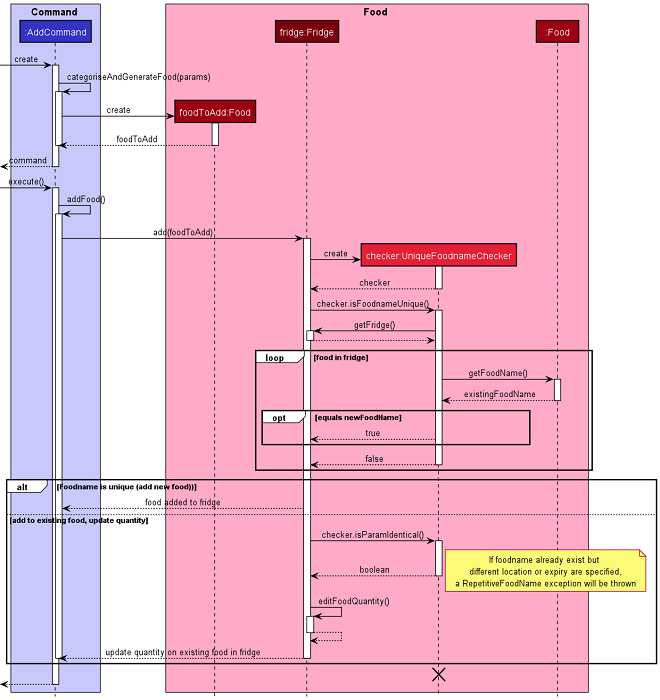
Before: docs/diagrams/diagram_images/AddSequenceDiagram.png, a diagram exported from PlantUML (nus-cs2113-AY2021S2/tp).
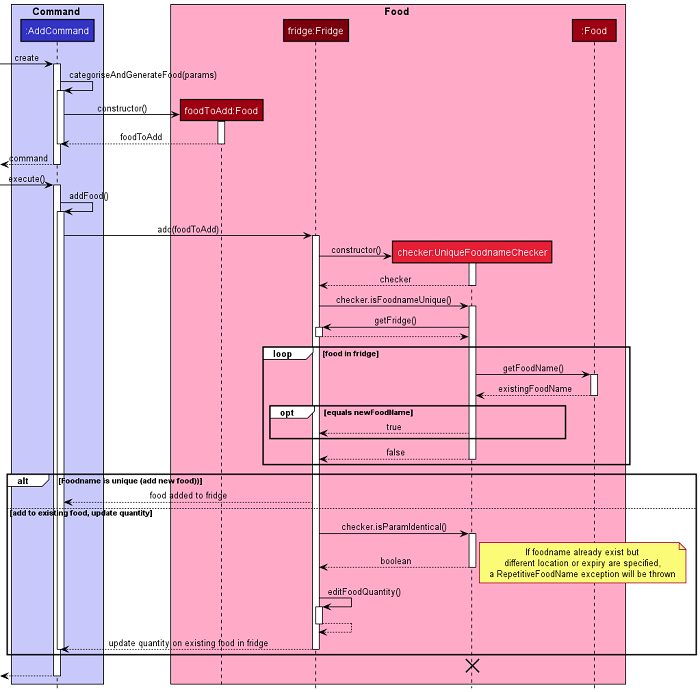
Later version of the same file.

What changed in the source:
```diff
@@ -1,4 +1,4 @@
-@startuml
+@startuml AddSequenceDiagram
 
 !include style.puml
 box Command COMMAND_COLOR_T1
@@ -16,7 +16,7 @@
 activate AddCommand
 AddCommand -> AddCommand: categoriseAndGenerateFood(params)
 activate AddCommand
-AddCommand -> NewFood **: create
+AddCommand -> NewFood **: constructor()
 activate NewFood
 return foodToAdd
 deactivate AddCommand
@@ -29,7 +29,7 @@
 AddCommand-> Fridge: add(foodToAdd)
 activate Fridge
 
-Fridge -> Checker **: create
+Fridge -> Checker **: constructor()
 activate Checker
 return checker
 Fridge -> Checker: checker.isFoodnameUnique()
```
